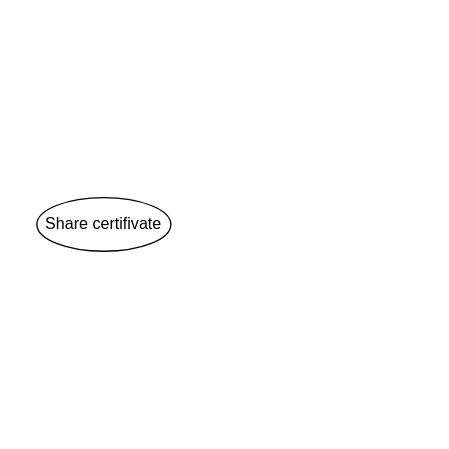
This is Untitled Diagram.drawio from ehazan/drawioconfig, a draw.io file, before an edit. Source tidied: cells renumbered, new cells numbered last; positions are measured from the earlier drawing's top-left corner, leaving out a move shared by most shapes. Both pictures are drawn from the tidied source at 134%, with x=0, y=0 at pixel (36, 197).
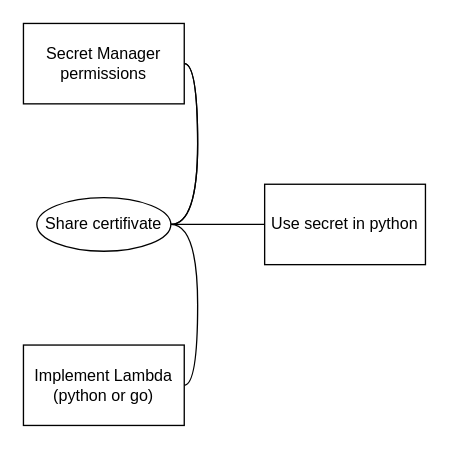
After the change.

Diff of the diagram source:
```diff
@@
 <mxGraphModel>
   <root>
     <mxCell id="0" />
     <mxCell id="1" parent="0" />
+    <mxCell id="3" style="edgeStyle=entityRelationEdgeStyle;rounded=0;jettySize=auto;html=1;startArrow=none;endArrow=none;segment=10;curved=1;sourcePerimeterSpacing=0;targetPerimeterSpacing=0;" parent="1" edge="1" source="2" target="7">
+      <mxGeometry relative="1" as="geometry" />
+    </mxCell>
+    <mxCell id="4" style="edgeStyle=entityRelationEdgeStyle;rounded=0;jettySize=auto;html=1;startArrow=none;endArrow=none;segment=10;curved=1;sourcePerimeterSpacing=0;targetPerimeterSpacing=0;" parent="1" edge="1" source="2" target="8">
+      <mxGeometry relative="1" as="geometry" />
+    </mxCell>
+    <mxCell id="5" style="edgeStyle=entityRelationEdgeStyle;rounded=0;jettySize=auto;html=1;startArrow=none;endArrow=none;segment=10;curved=1;sourcePerimeterSpacing=0;targetPerimeterSpacing=0;" parent="1" edge="1" source="2" target="8">
+      <mxGeometry relative="1" as="geometry" />
+    </mxCell>
+    <mxCell id="6" style="edgeStyle=entityRelationEdgeStyle;rounded=0;jettySize=auto;html=1;startArrow=none;endArrow=none;segment=10;curved=1;sourcePerimeterSpacing=0;targetPerimeterSpacing=0;" parent="1" edge="1" source="2" target="9">
+      <mxGeometry relative="1" as="geometry" />
+    </mxCell>
     <mxCell id="2" value="Share certifivate&lt;br&gt;" style="ellipse;whiteSpace=wrap;html=1;align=center;newEdgeStyle={&quot;edgeStyle&quot;:&quot;entityRelationEdgeStyle&quot;,&quot;startArrow&quot;:&quot;none&quot;,&quot;endArrow&quot;:&quot;none&quot;,&quot;segment&quot;:10,&quot;curved&quot;:1,&quot;sourcePerimeterSpacing&quot;:0,&quot;targetPerimeterSpacing&quot;:0};" parent="1" vertex="1">
       <mxGeometry width="100" height="40" as="geometry" />
     </mxCell>
+    <mxCell id="7" value="Use secret in python&lt;br&gt;" style="whiteSpace=wrap;html=1;" parent="1" vertex="1">
+      <mxGeometry x="170" y="-10" width="120" height="60" as="geometry" />
+    </mxCell>
+    <mxCell id="8" value="Secret Manager permissions" style="whiteSpace=wrap;html=1;" parent="1" vertex="1">
+      <mxGeometry x="-10" y="-130" width="120" height="60" as="geometry" />
+    </mxCell>
+    <mxCell id="9" value="Implement Lambda&lt;br&gt;(python or go)" style="whiteSpace=wrap;html=1;" parent="1" vertex="1">
+      <mxGeometry x="-10" y="110" width="120" height="60" as="geometry" />
+    </mxCell>
   </root>
 </mxGraphModel>
```
